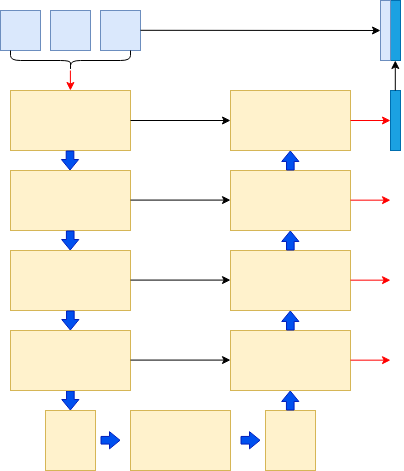
The draw.io diagram 2.drawio.png in DemonH-p/self-study, before a commit. Source tidied: cells renumbered, new cells last; positions are measured from the earlier drawing's top-left corner, leaving out a move shared by most shapes.
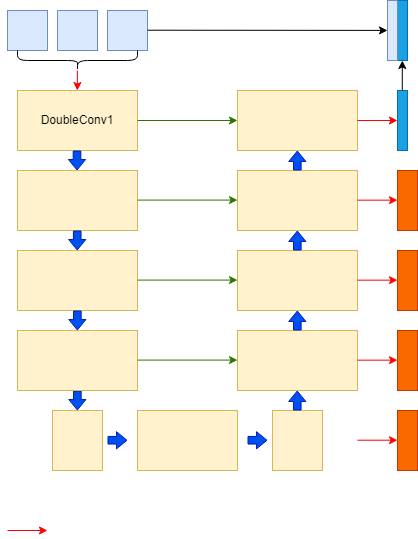
After the commit.

Change to the diagram source:
```diff
@@ -14,7 +14,7 @@
     <mxCell id="5" style="shape=curlyBracket;whiteSpace=wrap;html=1;rounded=1;flipH=1;labelPosition=right;verticalLabelPosition=middle;align=left;verticalAlign=middle;rotation=90;" parent="1" vertex="1">
       <mxGeometry x="60" width="20" height="120" as="geometry" />
     </mxCell>
-    <mxCell id="6" style="rounded=0;whiteSpace=wrap;html=1;fillColor=#fff2cc;strokeColor=#d6b656;" parent="1" vertex="1">
+    <mxCell id="6" value="DoubleConv1" style="rounded=0;whiteSpace=wrap;html=1;fillColor=#fff2cc;strokeColor=#d6b656;" parent="1" vertex="1">
       <mxGeometry x="10" y="90" width="120" height="60" as="geometry" />
     </mxCell>
     <mxCell id="7" style="rounded=0;whiteSpace=wrap;html=1;fillColor=#fff2cc;strokeColor=#d6b656;" parent="1" vertex="1">
@@ -158,9 +158,10 @@
     <mxCell id="31" style="rounded=0;whiteSpace=wrap;html=1;fillColor=#dae8fc;strokeColor=#6c8ebf;" parent="1" vertex="1">
       <mxGeometry x="380" width="10" height="60" as="geometry" />
     </mxCell>
-    <mxCell id="32" style="endArrow=classic;html=1;rounded=0;fillColor=#e51400;strokeColor=#000000;entryX=0;entryY=0.5;entryDx=0;entryDy=0;" parent="1" edge="1" target="31">
+    <mxCell id="32" style="endArrow=classic;html=1;rounded=0;fillColor=#e51400;strokeColor=#000000;entryX=0;entryY=0.5;entryDx=0;entryDy=0;" parent="1" edge="1">
       <mxGeometry relative="1" as="geometry">
-        <mxPoint x="140" y="29.8" as="sourcePoint" />
+        <mxPoint x="140" y="29.7" as="sourcePoint" />
+        <mxPoint x="380" y="29.9" as="targetPoint" />
       </mxGeometry>
     </mxCell>
     <mxCell id="33" style="endArrow=classic;html=1;rounded=0;fillColor=#e51400;strokeColor=#000000;" parent="1" edge="1">
@@ -169,25 +170,25 @@
         <mxPoint x="394.8" y="60" as="targetPoint" />
       </mxGeometry>
     </mxCell>
-    <mxCell id="34" style="endArrow=classic;html=1;rounded=0;fillColor=#e51400;strokeColor=#000000;" parent="1" edge="1">
+    <mxCell id="34" style="endArrow=classic;html=1;rounded=0;fillColor=#60a917;strokeColor=#2D7600;" parent="1" edge="1">
       <mxGeometry relative="1" as="geometry">
         <mxPoint x="130" y="120" as="sourcePoint" />
         <mxPoint x="230" y="120" as="targetPoint" />
       </mxGeometry>
     </mxCell>
-    <mxCell id="35" style="endArrow=classic;html=1;rounded=0;fillColor=#e51400;strokeColor=#000000;" parent="1" edge="1">
+    <mxCell id="35" style="endArrow=classic;html=1;rounded=0;fillColor=#60a917;strokeColor=#2D7600;" parent="1" edge="1">
       <mxGeometry relative="1" as="geometry">
         <mxPoint x="130" y="199.6" as="sourcePoint" />
         <mxPoint x="230" y="199.6" as="targetPoint" />
       </mxGeometry>
     </mxCell>
-    <mxCell id="36" style="endArrow=classic;html=1;rounded=0;fillColor=#e51400;strokeColor=#000000;" parent="1" edge="1">
+    <mxCell id="36" style="endArrow=classic;html=1;rounded=0;fillColor=#60a917;strokeColor=#2D7600;" parent="1" edge="1">
       <mxGeometry relative="1" as="geometry">
         <mxPoint x="130" y="279.6" as="sourcePoint" />
         <mxPoint x="230" y="279.6" as="targetPoint" />
       </mxGeometry>
     </mxCell>
-    <mxCell id="37" style="endArrow=classic;html=1;rounded=0;fillColor=#e51400;strokeColor=#000000;" parent="1" edge="1">
+    <mxCell id="37" style="endArrow=classic;html=1;rounded=0;fillColor=#60a917;strokeColor=#2D7600;" parent="1" edge="1">
       <mxGeometry relative="1" as="geometry">
         <mxPoint x="130" y="359.6" as="sourcePoint" />
         <mxPoint x="230" y="359.6" as="targetPoint" />
@@ -211,5 +212,29 @@
         <mxPoint x="390" y="359.7" as="targetPoint" />
       </mxGeometry>
     </mxCell>
+    <mxCell id="41" style="endArrow=classic;html=1;rounded=0;fillColor=#e51400;strokeColor=#ff0000;" parent="1" edge="1">
+      <mxGeometry relative="1" as="geometry">
+        <mxPoint y="530" as="sourcePoint" />
+        <mxPoint x="40" y="530" as="targetPoint" />
+      </mxGeometry>
+    </mxCell>
+    <mxCell id="42" style="rounded=0;whiteSpace=wrap;html=1;fillColor=#fa6800;fontColor=#000000;strokeColor=#C73500;" parent="1" vertex="1">
+      <mxGeometry x="390" y="170" width="20" height="60" as="geometry" />
+    </mxCell>
+    <mxCell id="43" style="rounded=0;whiteSpace=wrap;html=1;fillColor=#fa6800;fontColor=#000000;strokeColor=#C73500;" parent="1" vertex="1">
+      <mxGeometry x="390" y="250" width="20" height="60" as="geometry" />
+    </mxCell>
+    <mxCell id="44" style="rounded=0;whiteSpace=wrap;html=1;fillColor=#fa6800;fontColor=#000000;strokeColor=#C73500;" parent="1" vertex="1">
+      <mxGeometry x="390" y="330" width="20" height="60" as="geometry" />
+    </mxCell>
+    <mxCell id="45" style="rounded=0;whiteSpace=wrap;html=1;fillColor=#fa6800;fontColor=#000000;strokeColor=#C73500;" parent="1" vertex="1">
+      <mxGeometry x="390" y="410" width="20" height="60" as="geometry" />
+    </mxCell>
+    <mxCell id="46" style="endArrow=classic;html=1;rounded=0;fillColor=#e51400;strokeColor=#ff0000;" parent="1" edge="1">
+      <mxGeometry relative="1" as="geometry">
+        <mxPoint x="350" y="439.7" as="sourcePoint" />
+        <mxPoint x="390" y="439.7" as="targetPoint" />
+      </mxGeometry>
+    </mxCell>
   </root>
 </mxGraphModel>
```
